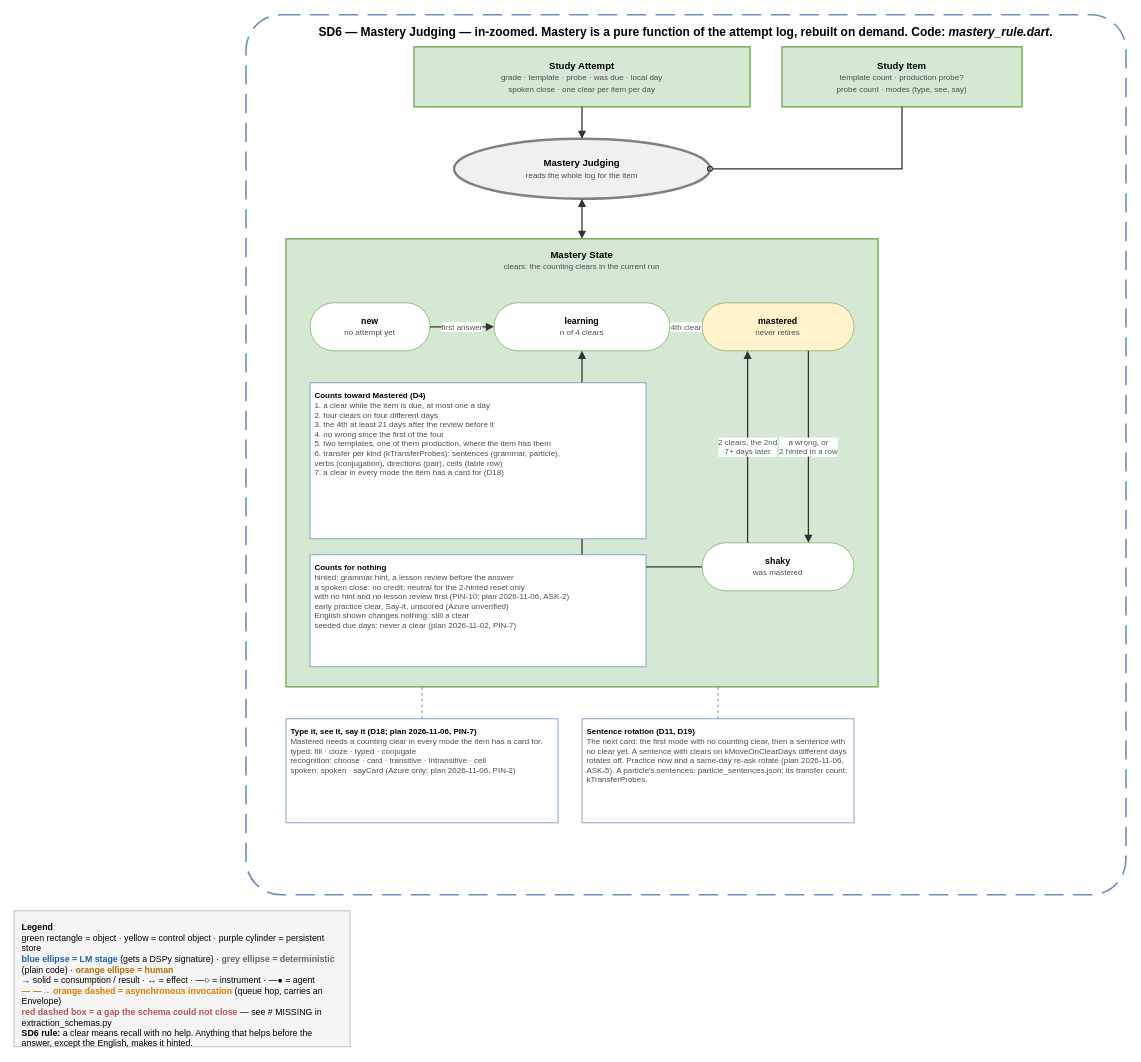
Mark-lichman/HabitCrafts keeps this draw.io diagram as page "SD6 — Mastery Judging" (7 of 7) of docs/opm-lesson-extraction.drawio. Above is the earlier version. Source tidied: cells renumbered, new cells numbered last; positions are measured from the earlier drawing's top-left corner, leaving out a move shared by most shapes. Both pictures are drawn from the tidied source at 80%, with x=0, y=0 at pixel (14, 14).
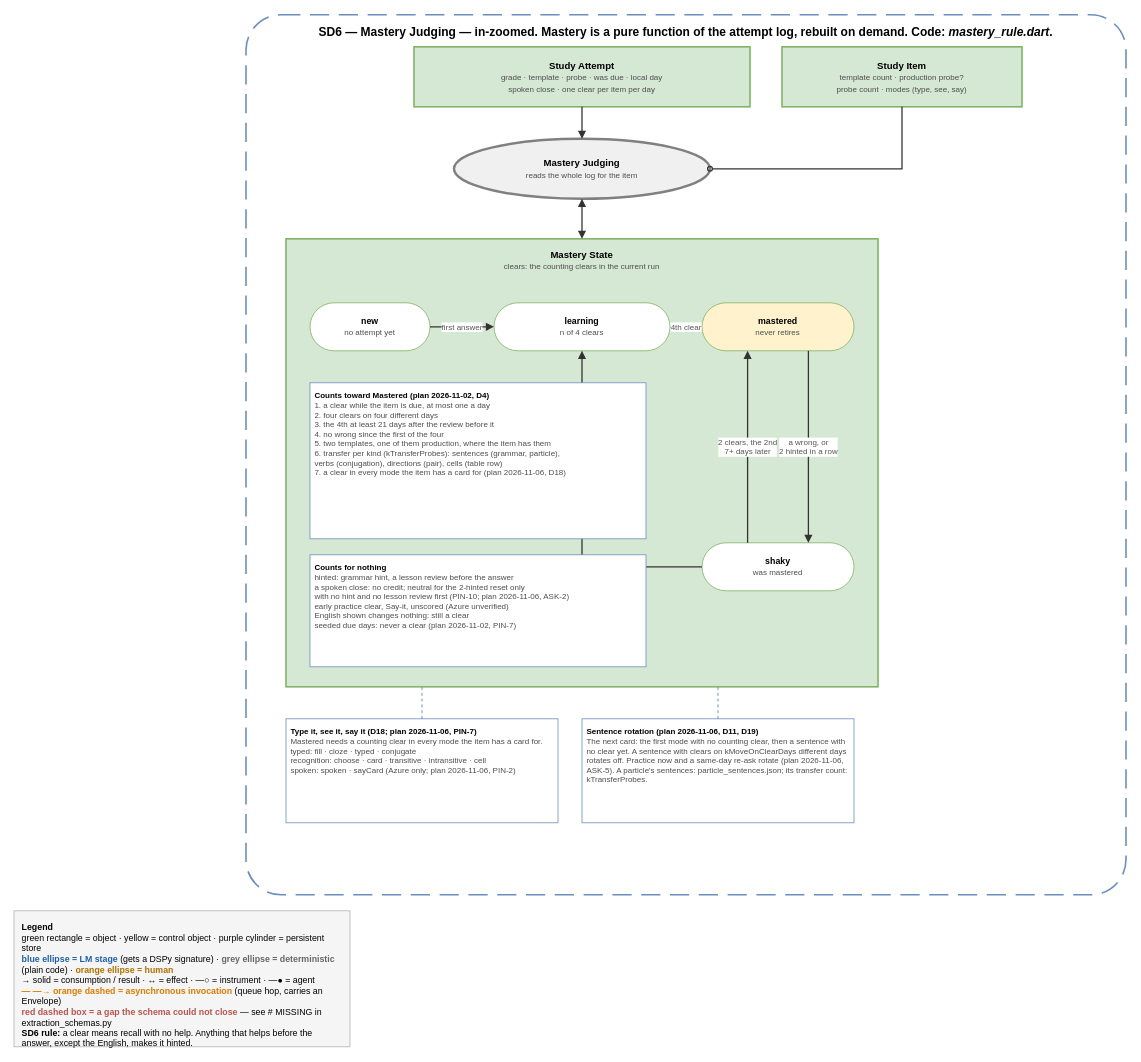
Above is the later version.

Commit message (it also covers changes not shown here):
docs(jp): date every SD5, SD6 and schema plan label, parse the M61 mode table (#10)

Change to the diagram source:
```diff
@@
-    <mxCell id="16" value="&lt;b&gt;Counts toward Mastered (D4)&lt;/b&gt;&lt;br&gt;&lt;font style=&quot;font-size:10px;color:#4d4d4d&quot;&gt;1. a clear while the item is due, at most one a day&lt;br&gt;2. four clears on four different days&lt;br&gt;3. the 4th at least 21 days after the review before it&lt;br&gt;4. no wrong since the first of the four&lt;br&gt;5. two templates, one of them production, where the item has them&lt;br&gt;6. transfer per kind (kTransferProbes): sentences (grammar, particle),&lt;br&gt;   verbs (conjugation), directions (pair), cells (table row)&lt;br&gt;7. a clear in every mode the item has a card for (D18)&lt;/font&gt;" style="rounded=0;whiteSpace=wrap;html=1;fillColor=#ffffff;strokeColor=#6c8ebf;strokeWidth=1;fontSize=10;align=left;verticalAlign=top;spacing=6;" parent="1" vertex="1">
+    <mxCell id="16" value="&lt;b&gt;Counts toward Mastered (plan 2026-11-02, D4)&lt;/b&gt;&lt;br&gt;&lt;font style=&quot;font-size:10px;color:#4d4d4d&quot;&gt;1. a clear while the item is due, at most one a day&lt;br&gt;2. four clears on four different days&lt;br&gt;3. the 4th at least 21 days after the review before it&lt;br&gt;4. no wrong since the first of the four&lt;br&gt;5. two templates, one of them production, where the item has them&lt;br&gt;6. transfer per kind (kTransferProbes): sentences (grammar, particle),&lt;br&gt;   verbs (conjugation), directions (pair), cells (table row)&lt;br&gt;7. a clear in every mode the item has a card for (plan 2026-11-06, D18)&lt;/font&gt;" style="rounded=0;whiteSpace=wrap;html=1;fillColor=#ffffff;strokeColor=#6c8ebf;strokeWidth=1;fontSize=10;align=left;verticalAlign=top;spacing=6;" parent="1" vertex="1">
       <mxGeometry x="370" y="460" width="420" height="195" as="geometry" />
     </mxCell>
@@
-    <mxCell id="19" value="&lt;b&gt;Sentence rotation (D11, D19)&lt;/b&gt;&lt;br&gt;&lt;font style=&quot;font-size:10px;color:#4d4d4d&quot;&gt;The next card: the first mode with no counting clear, then a sentence with no clear yet. A sentence with clears on kMoveOnClearDays different days rotates off. Practice now and a same-day re-ask rotate (plan 2026-11-06, ASK-5). A particle&amp;#39;s sentences: particle_sentences.json; its transfer count: kTransferProbes.&lt;/font&gt;" style="rounded=0;whiteSpace=wrap;html=1;fillColor=#ffffff;strokeColor=#6c8ebf;strokeWidth=1;fontSize=10;align=left;verticalAlign=top;spacing=6;" parent="1" vertex="1">
+    <mxCell id="19" value="&lt;b&gt;Sentence rotation (plan 2026-11-06, D11, D19)&lt;/b&gt;&lt;br&gt;&lt;font style=&quot;font-size:10px;color:#4d4d4d&quot;&gt;The next card: the first mode with no counting clear, then a sentence with no clear yet. A sentence with clears on kMoveOnClearDays different days rotates off. Practice now and a same-day re-ask rotate (plan 2026-11-06, ASK-5). A particle&amp;#39;s sentences: particle_sentences.json; its transfer count: kTransferProbes.&lt;/font&gt;" style="rounded=0;whiteSpace=wrap;html=1;fillColor=#ffffff;strokeColor=#6c8ebf;strokeWidth=1;fontSize=10;align=left;verticalAlign=top;spacing=6;" parent="1" vertex="1">
       <mxGeometry x="710" y="880" width="340" height="130" as="geometry" />
     </mxCell>
```
